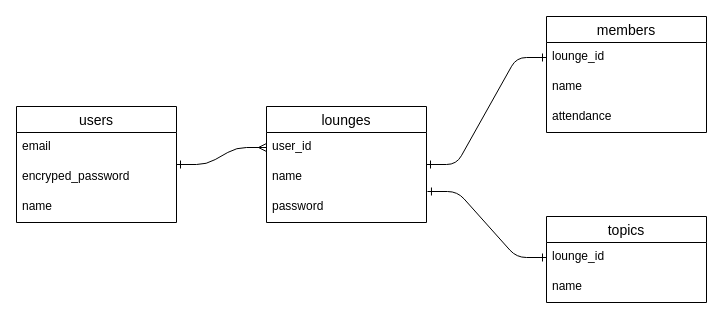
Earlier version of the draw.io diagram rough sketch/ER図.dio (sabanonitsuke/IceClasher). Source tidied: cells renumbered, new cells numbered last; positions are measured from the earlier drawing's top-left corner, leaving out a move shared by most shapes. Both pictures are drawn from the tidied source at 100%, with x=0, y=0 at pixel (16, 16).
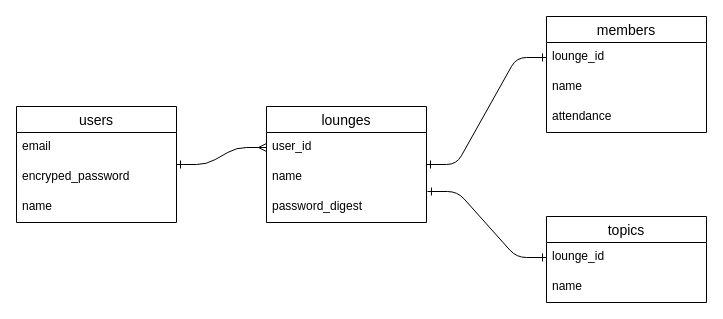
The same diagram, later.

Commit message (it also covers changes not shown here):
DB設計図修正

Change to the diagram source:
```diff
@@
 <mxGraphModel>
   <root>
     <mxCell id="0" />
     <mxCell id="1" parent="0" />
     <mxCell id="2" value="users" style="swimlane;fontStyle=0;horizontal=1;startSize=26;align=center;fontSize=14;" parent="1" vertex="1">
       <mxGeometry y="90" width="160" height="116" as="geometry" />
     </mxCell>
     <mxCell id="3" value="email" style="text;strokeColor=none;fillColor=none;spacingLeft=4;spacingRight=4;overflow=hidden;fontSize=12;" parent="2" vertex="1">
       <mxGeometry y="26" width="160" height="30" as="geometry" />
     </mxCell>
     <mxCell id="4" value="encryped_password" style="text;strokeColor=none;fillColor=none;spacingLeft=4;spacingRight=4;overflow=hidden;fontSize=12;" parent="2" vertex="1">
       <mxGeometry y="56" width="160" height="30" as="geometry" />
     </mxCell>
     <mxCell id="5" value="name" style="text;strokeColor=none;fillColor=none;spacingLeft=4;spacingRight=4;overflow=hidden;fontSize=12;" parent="2" vertex="1">
       <mxGeometry y="86" width="160" height="30" as="geometry" />
     </mxCell>
     <mxCell id="6" value="lounges" style="swimlane;fontStyle=0;horizontal=1;startSize=26;align=center;fontSize=14;" parent="1" vertex="1">
       <mxGeometry x="250" y="90" width="160" height="116" as="geometry" />
     </mxCell>
     <mxCell id="7" value="user_id" style="text;strokeColor=none;fillColor=none;spacingLeft=4;spacingRight=4;overflow=hidden;points=[[0,0.5],[1,0.5]];portConstraint=eastwest;fontSize=12;" parent="6" vertex="1">
       <mxGeometry y="26" width="160" height="30" as="geometry" />
     </mxCell>
     <mxCell id="8" value="name" style="text;strokeColor=none;fillColor=none;spacingLeft=4;spacingRight=4;overflow=hidden;fontSize=12;" parent="6" vertex="1">
       <mxGeometry y="56" width="160" height="30" as="geometry" />
     </mxCell>
-    <mxCell id="9" value="password" style="text;strokeColor=none;fillColor=none;spacingLeft=4;spacingRight=4;overflow=hidden;points=[[0,0.5],[1,0.5]];portConstraint=eastwest;fontSize=12;" parent="6" vertex="1">
+    <mxCell id="9" value="password_digest" style="text;strokeColor=none;fillColor=none;spacingLeft=4;spacingRight=4;overflow=hidden;points=[[0,0.5],[1,0.5]];portConstraint=eastwest;fontSize=12;" parent="6" vertex="1">
       <mxGeometry y="86" width="160" height="30" as="geometry" />
     </mxCell>
     <mxCell id="10" value="members" style="swimlane;fontStyle=0;horizontal=1;startSize=26;align=center;fontSize=14;" parent="1" vertex="1">
       <mxGeometry x="530" width="160" height="116" as="geometry" />
     </mxCell>
     <mxCell id="11" value="lounge_id" style="text;strokeColor=none;fillColor=none;spacingLeft=4;spacingRight=4;overflow=hidden;points=[[0,0.5],[1,0.5]];portConstraint=eastwest;fontSize=12;" parent="10" vertex="1">
       <mxGeometry y="26" width="160" height="30" as="geometry" />
     </mxCell>
     <mxCell id="12" value="name" style="text;strokeColor=none;fillColor=none;spacingLeft=4;spacingRight=4;overflow=hidden;fontSize=12;" parent="10" vertex="1">
       <mxGeometry y="56" width="160" height="30" as="geometry" />
     </mxCell>
     <mxCell id="13" value="attendance" style="text;strokeColor=none;fillColor=none;spacingLeft=4;spacingRight=4;overflow=hidden;fontSize=12;" parent="10" vertex="1">
       <mxGeometry y="86" width="160" height="30" as="geometry" />
     </mxCell>
     <mxCell id="14" value="topics" style="swimlane;fontStyle=0;horizontal=1;startSize=26;align=center;fontSize=14;" parent="1" vertex="1">
       <mxGeometry x="530" y="200" width="160" height="86" as="geometry" />
     </mxCell>
     <mxCell id="15" value="lounge_id" style="text;strokeColor=none;fillColor=none;spacingLeft=4;spacingRight=4;overflow=hidden;points=[[0,0.5],[1,0.5]];portConstraint=eastwest;fontSize=12;" parent="14" vertex="1">
       <mxGeometry y="26" width="160" height="30" as="geometry" />
     </mxCell>
     <mxCell id="16" value="name" style="text;strokeColor=none;fillColor=none;spacingLeft=4;spacingRight=4;overflow=hidden;fontSize=12;" parent="14" vertex="1">
       <mxGeometry y="56" width="160" height="30" as="geometry" />
     </mxCell>
     <mxCell id="17" style="edgeStyle=entityRelationEdgeStyle;fontSize=12;html=1;endArrow=ERone;endFill=1;entryX=0;entryY=0.5;entryDx=0;entryDy=0;startArrow=ERone;startFill=0;" parent="1" edge="1" source="6" target="11">
       <mxGeometry relative="1" as="geometry" />
     </mxCell>
     <mxCell id="18" style="edgeStyle=entityRelationEdgeStyle;fontSize=12;html=1;endArrow=ERone;endFill=1;entryX=0;entryY=0.5;entryDx=0;entryDy=0;exitX=1.006;exitY=-0.033;exitDx=0;exitDy=0;exitPerimeter=0;startArrow=ERone;startFill=0;" parent="1" edge="1" source="9" target="15">
       <mxGeometry relative="1" as="geometry" />
     </mxCell>
     <mxCell id="19" style="edgeStyle=entityRelationEdgeStyle;fontSize=12;html=1;endArrow=ERmany;entryX=0;entryY=0.5;entryDx=0;entryDy=0;startArrow=ERone;startFill=0;" parent="1" edge="1" source="2" target="7">
       <mxGeometry relative="1" as="geometry" />
     </mxCell>
   </root>
 </mxGraphModel>
```
